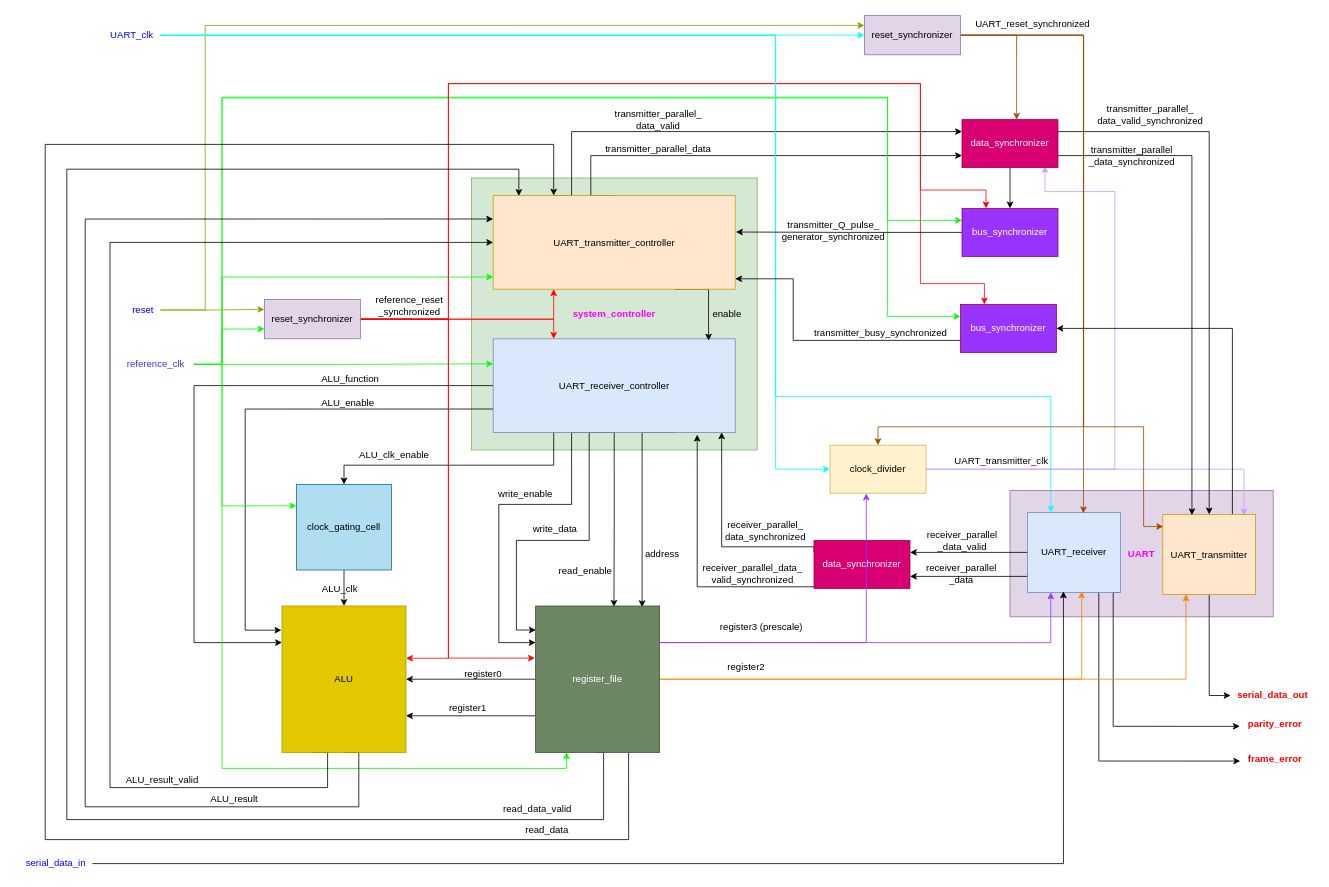
This is page "PrUcess" (1 of 12) of system_design/Design.drawio from mostafa-elgendy22/PrUcess, a draw.io file, before an edit. Source tidied: cells renumbered, new cells numbered last; positions are measured from the earlier drawing's top-left corner, leaving out a move shared by most shapes. Both pictures are drawn from the tidied source at 80%, with x=0, y=0 at pixel (18, 14).
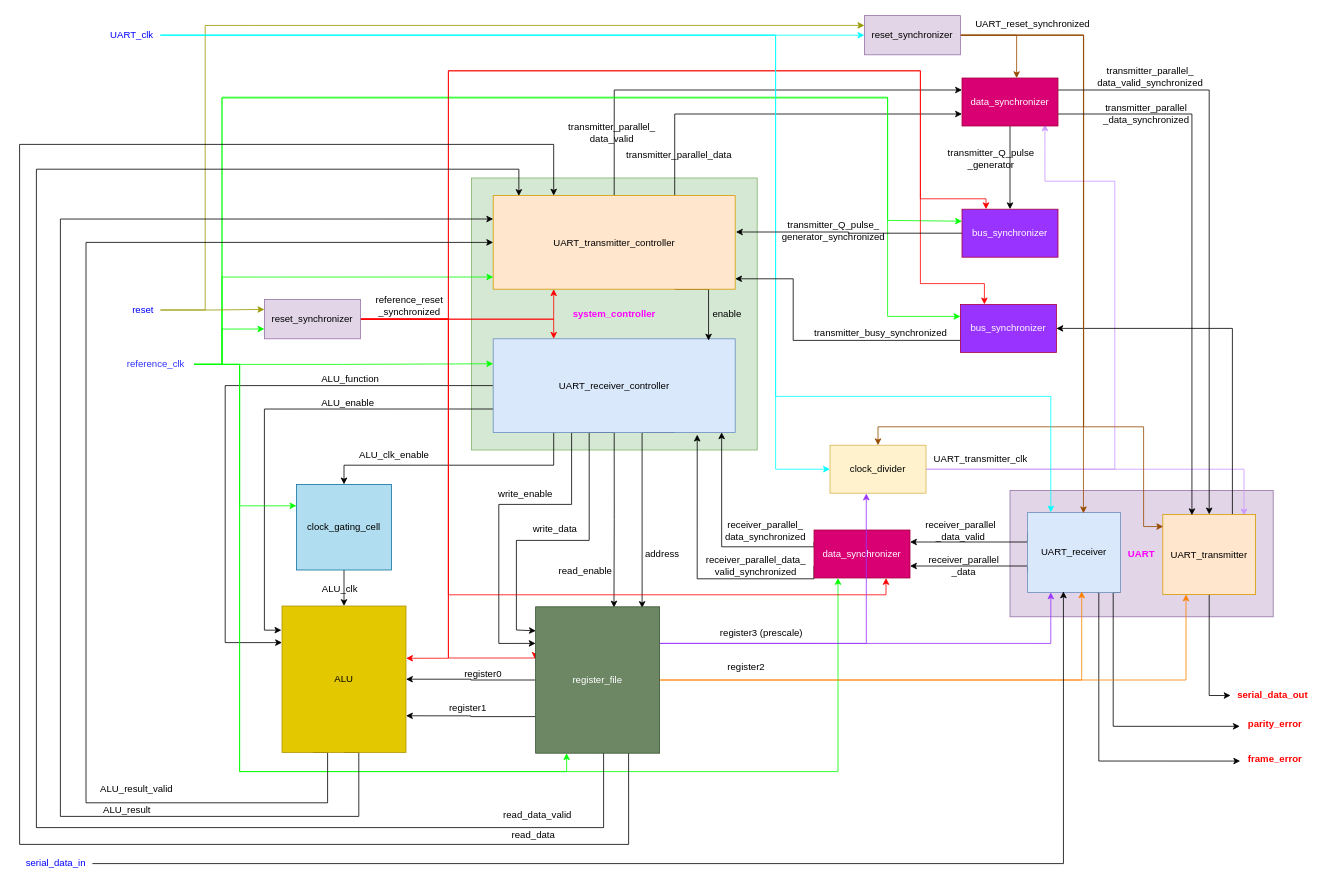
The same diagram, later.

Unchanged cells that the change refers to:
```xml
<mxCell id="7" value="UART_receiver" style="rounded=0;whiteSpace=wrap;html=1;fontSize=12;fillColor=#dae8fc;strokeColor=#6c8ebf;" parent="1" vertex="1">
  <mxGeometry x="1262" y="623" width="116" height="100" as="geometry" />
</mxCell>
<mxCell id="16" value="UART_receiver_controller" style="rounded=0;whiteSpace=wrap;html=1;fontSize=12;fillColor=#dae8fc;strokeColor=#6c8ebf;" parent="1" vertex="1">
  <mxGeometry x="594" y="406" width="302.5" height="117" as="geometry" />
</mxCell>
<mxCell id="20" value="UART_transmitter_controller" style="rounded=0;whiteSpace=wrap;html=1;fontSize=12;fillColor=#ffe6cc;strokeColor=#d79b00;" parent="1" vertex="1">
  <mxGeometry x="594" y="227" width="302.5" height="117" as="geometry" />
</mxCell>
<mxCell id="28" value="&lt;font color=&quot;#3333ff&quot;&gt;reference_clk&lt;/font&gt;" style="text;html=1;strokeColor=none;fillColor=none;align=center;verticalAlign=middle;whiteSpace=wrap;rounded=0;fontSize=12;fontColor=#000000;" parent="1" vertex="1">
  <mxGeometry x="125" y="423" width="95" height="30" as="geometry" />
</mxCell>
<mxCell id="35" value="&lt;font color=&quot;#000000&quot;&gt;reset_synchronizer&lt;/font&gt;" style="rounded=0;whiteSpace=wrap;html=1;fontSize=12;fillColor=#e1d5e7;strokeColor=#9673a6;" parent="1" vertex="1">
  <mxGeometry x="308" y="357" width="120" height="49" as="geometry" />
</mxCell>
<mxCell id="47" value="ALU" style="rounded=0;whiteSpace=wrap;html=1;fontSize=12;fontColor=#000000;fillColor=#e3c800;strokeColor=#B09500;" parent="1" vertex="1">
  <mxGeometry x="330" y="740" width="155" height="183" as="geometry" />
</mxCell>
<mxCell id="49" value="clock_gating_cell" style="rounded=0;whiteSpace=wrap;html=1;fontSize=12;fillColor=#b1ddf0;strokeColor=#10739e;" parent="1" vertex="1">
  <mxGeometry x="348" y="588" width="119" height="107" as="geometry" />
</mxCell>
<mxCell id="63" value="clock_divider" style="rounded=0;whiteSpace=wrap;html=1;fontSize=12;fillColor=#fff2cc;strokeColor=#d6b656;" parent="1" vertex="1">
  <mxGeometry x="1015" y="539" width="120" height="60" as="geometry" />
</mxCell>
<mxCell id="100" value="bus_synchronizer" style="rounded=0;whiteSpace=wrap;html=1;fontSize=12;fontColor=#ffffff;fillColor=#9933FF;strokeColor=#A50040;" parent="1" vertex="1">
  <mxGeometry x="1178" y="363" width="120" height="60" as="geometry" />
</mxCell>
```

What changed in the source:
```diff
@@
-    <mxCell id="3" style="edgeStyle=orthogonalEdgeStyle;rounded=0;jettySize=auto;html=1;exitX=0;exitY=0.5;exitDx=0;exitDy=0;entryX=1;entryY=0.25;entryDx=0;entryDy=0;strokeColor=#000000;fontSize=12;fontColor=#000000;endArrow=classic;endFill=1;" parent="1" edge="1" source="7" target="41">
-      <mxGeometry relative="1" as="geometry" />
-    </mxCell>
-    <mxCell id="4" style="edgeStyle=orthogonalEdgeStyle;rounded=0;jettySize=auto;html=1;exitX=0;exitY=0.75;exitDx=0;exitDy=0;entryX=1;entryY=0.75;entryDx=0;entryDy=0;strokeColor=#000000;fontSize=12;fontColor=#000000;endArrow=classic;endFill=1;" parent="1" edge="1" source="7" target="41">
-      <mxGeometry relative="1" as="geometry">
-        <Array as="points">
-          <mxPoint x="1262" y="703" />
-        </Array>
-      </mxGeometry>
-    </mxCell>
@@
+    <mxCell id="114" style="edgeStyle=orthogonalEdgeStyle;rounded=0;jettySize=auto;html=1;exitX=0;exitY=0.25;exitDx=0;exitDy=0;entryX=1;entryY=0.25;entryDx=0;entryDy=0;strokeColor=#000000;" parent="1" edge="1" source="7" target="41">
+      <mxGeometry relative="1" as="geometry">
+        <Array as="points">
+          <mxPoint x="1262" y="660" />
+        </Array>
+      </mxGeometry>
+    </mxCell>
+    <mxCell id="115" style="edgeStyle=orthogonalEdgeStyle;rounded=0;jettySize=auto;html=1;exitX=0;exitY=0.75;exitDx=0;exitDy=0;entryX=1;entryY=0.75;entryDx=0;entryDy=0;strokeColor=#000000;" parent="1" edge="1" source="7" target="41">
+      <mxGeometry relative="1" as="geometry">
+        <Array as="points">
+          <mxPoint x="1262" y="690" />
+        </Array>
+      </mxGeometry>
+    </mxCell>
@@
     <mxCell id="10" style="edgeStyle=orthogonalEdgeStyle;rounded=0;jettySize=auto;html=1;exitX=0;exitY=0.5;exitDx=0;exitDy=0;entryX=0;entryY=0.25;entryDx=0;entryDy=0;strokeColor=#000000;fontSize=12;fontColor=#000000;endArrow=classic;endFill=1;" parent="1" edge="1" source="16" target="47">
       <mxGeometry relative="1" as="geometry">
         <Array as="points">
-          <mxPoint x="220" y="465" />
-          <mxPoint x="220" y="786" />
+          <mxPoint x="259" y="464" />
+          <mxPoint x="259" y="786" />
         </Array>
       </mxGeometry>
     </mxCell>
     <mxCell id="11" style="edgeStyle=orthogonalEdgeStyle;rounded=0;jettySize=auto;html=1;exitX=0;exitY=0.75;exitDx=0;exitDy=0;entryX=-0.005;entryY=0.165;entryDx=0;entryDy=0;entryPerimeter=0;strokeColor=#000000;fontSize=12;fontColor=#000000;endArrow=classic;endFill=1;" parent="1" edge="1" source="16" target="47">
       <mxGeometry relative="1" as="geometry">
         <Array as="points">
-          <mxPoint x="284" y="494" />
-          <mxPoint x="284" y="770" />
+          <mxPoint x="308" y="494" />
+          <mxPoint x="308" y="770" />
         </Array>
       </mxGeometry>
     </mxCell>
@@
-    <mxCell id="17" style="edgeStyle=orthogonalEdgeStyle;rounded=0;jettySize=auto;html=1;exitX=0.25;exitY=0;exitDx=0;exitDy=0;entryX=0;entryY=0.25;entryDx=0;entryDy=0;strokeColor=#000000;fontSize=12;fontColor=#000000;endArrow=classic;endFill=1;" parent="1" edge="1" source="20" target="83">
-      <mxGeometry relative="1" as="geometry">
-        <Array as="points">
-          <mxPoint x="692" y="227" />
-          <mxPoint x="692" y="147" />
-        </Array>
-      </mxGeometry>
-    </mxCell>
-    <mxCell id="18" style="edgeStyle=orthogonalEdgeStyle;rounded=0;jettySize=auto;html=1;exitX=0.5;exitY=0;exitDx=0;exitDy=0;entryX=0;entryY=0.75;entryDx=0;entryDy=0;strokeColor=#000000;fontSize=12;fontColor=#000000;endArrow=classic;endFill=1;" parent="1" edge="1" source="20" target="83">
-      <mxGeometry relative="1" as="geometry">
-        <Array as="points">
-          <mxPoint x="716" y="227" />
-          <mxPoint x="716" y="177" />
-        </Array>
-      </mxGeometry>
-    </mxCell>
@@
+    <mxCell id="116" style="edgeStyle=orthogonalEdgeStyle;rounded=0;jettySize=auto;html=1;exitX=0.5;exitY=0;exitDx=0;exitDy=0;entryX=0;entryY=0.25;entryDx=0;entryDy=0;strokeColor=#000000;" parent="1" edge="1" source="20" target="83">
+      <mxGeometry relative="1" as="geometry" />
+    </mxCell>
+    <mxCell id="117" style="edgeStyle=orthogonalEdgeStyle;rounded=0;jettySize=auto;html=1;exitX=0.75;exitY=0;exitDx=0;exitDy=0;entryX=0;entryY=0.75;entryDx=0;entryDy=0;strokeColor=#000000;" parent="1" edge="1" source="20" target="83">
+      <mxGeometry relative="1" as="geometry" />
+    </mxCell>
@@
     <mxCell id="23" style="edgeStyle=orthogonalEdgeStyle;rounded=0;jettySize=auto;html=1;entryX=0;entryY=0.25;entryDx=0;entryDy=0;strokeColor=#00FF00;fontSize=12;fontColor=#000000;endArrow=classic;endFill=1;" parent="1" edge="1" source="28" target="49">
       <mxGeometry relative="1" as="geometry">
         <Array as="points">
-          <mxPoint x="255" y="438" />
-          <mxPoint x="255" y="615" />
+          <mxPoint x="277" y="438" />
+          <mxPoint x="277" y="615" />
         </Array>
       </mxGeometry>
     </mxCell>
@@
     <mxCell id="25" style="edgeStyle=orthogonalEdgeStyle;rounded=0;jettySize=auto;html=1;exitX=1;exitY=0.5;exitDx=0;exitDy=0;entryX=0.25;entryY=1;entryDx=0;entryDy=0;strokeColor=#00FF00;fontSize=12;fontColor=#000000;endArrow=classic;endFill=1;" parent="1" edge="1" source="28" target="58">
       <mxGeometry relative="1" as="geometry">
         <Array as="points">
-          <mxPoint x="255" y="438" />
-          <mxPoint x="255" y="943" />
-          <mxPoint x="686" y="943" />
+          <mxPoint x="277" y="438" />
+          <mxPoint x="277" y="947" />
+          <mxPoint x="686" y="947" />
         </Array>
       </mxGeometry>
     </mxCell>
@@
+    <mxCell id="118" style="edgeStyle=orthogonalEdgeStyle;rounded=0;jettySize=auto;html=1;exitX=1;exitY=0.5;exitDx=0;exitDy=0;entryX=0.25;entryY=1;entryDx=0;entryDy=0;strokeColor=#00FF00;" parent="1" edge="1" source="28" target="41">
+      <mxGeometry relative="1" as="geometry">
+        <Array as="points">
+          <mxPoint x="277" y="438" />
+          <mxPoint x="277" y="947" />
+          <mxPoint x="1025" y="947" />
+        </Array>
+      </mxGeometry>
+    </mxCell>
@@
     <mxCell id="33" style="edgeStyle=orthogonalEdgeStyle;rounded=0;jettySize=auto;html=1;exitX=1;exitY=0.5;exitDx=0;exitDy=0;entryX=0.25;entryY=0;entryDx=0;entryDy=0;strokeColor=#FF0000;fontSize=12;fontColor=#000000;endArrow=classic;endFill=1;" parent="1" edge="1" source="35" target="98">
       <mxGeometry relative="1" as="geometry">
         <Array as="points">
-          <mxPoint x="538" y="382" />
-          <mxPoint x="538" y="87" />
-          <mxPoint x="1128" y="87" />
-          <mxPoint x="1128" y="220" />
-          <mxPoint x="1210" y="220" />
+          <mxPoint x="538" y="381" />
+          <mxPoint x="538" y="71" />
+          <mxPoint x="1128" y="71" />
+          <mxPoint x="1128" y="231" />
+          <mxPoint x="1210" y="231" />
         </Array>
       </mxGeometry>
     </mxCell>
     <mxCell id="34" style="edgeStyle=orthogonalEdgeStyle;rounded=0;jettySize=auto;html=1;exitX=1;exitY=0.5;exitDx=0;exitDy=0;entryX=0.25;entryY=0;entryDx=0;entryDy=0;strokeColor=#FF0000;fontSize=12;fontColor=#000000;endArrow=classic;endFill=1;" parent="1" edge="1" source="35" target="100">
       <mxGeometry relative="1" as="geometry">
         <Array as="points">
-          <mxPoint x="538" y="382" />
-          <mxPoint x="538" y="87" />
-          <mxPoint x="1128" y="87" />
+          <mxPoint x="538" y="381" />
+          <mxPoint x="538" y="71" />
+          <mxPoint x="1128" y="71" />
           <mxPoint x="1128" y="337" />
           <mxPoint x="1208" y="337" />
         </Array>
       </mxGeometry>
     </mxCell>
+    <mxCell id="119" style="edgeStyle=orthogonalEdgeStyle;rounded=0;jettySize=auto;html=1;exitX=1;exitY=0.5;exitDx=0;exitDy=0;entryX=0.75;entryY=1;entryDx=0;entryDy=0;strokeColor=#FF0000;" parent="1" edge="1" source="35" target="41">
+      <mxGeometry relative="1" as="geometry">
+        <Array as="points">
+          <mxPoint x="538" y="382" />
+          <mxPoint x="538" y="726" />
+          <mxPoint x="1085" y="726" />
+        </Array>
+      </mxGeometry>
+    </mxCell>
@@
     <mxCell id="40" style="edgeStyle=orthogonalEdgeStyle;rounded=0;jettySize=auto;html=1;exitX=0;exitY=0.75;exitDx=0;exitDy=0;entryX=0.843;entryY=1.024;entryDx=0;entryDy=0;entryPerimeter=0;strokeColor=#000000;fontSize=12;fontColor=#000000;endArrow=classic;endFill=1;" parent="1" edge="1" source="41" target="16">
       <mxGeometry relative="1" as="geometry">
         <Array as="points">
-          <mxPoint x="1024" y="716" />
-          <mxPoint x="849" y="716" />
+          <mxPoint x="995" y="706" />
+          <mxPoint x="849" y="706" />
         </Array>
       </mxGeometry>
     </mxCell>
     <mxCell id="41" value="data_synchronizer" style="rounded=0;whiteSpace=wrap;html=1;fontSize=12;fontColor=#ffffff;fillColor=#d80073;strokeColor=#A50040;" parent="1" vertex="1">
-      <mxGeometry x="995" y="658" width="120" height="60" as="geometry" />
+      <mxGeometry x="995" y="645" width="120" height="60" as="geometry" />
     </mxCell>
     <mxCell id="42" value="receiver_parallel&lt;br&gt;_data_valid" style="text;html=1;align=center;verticalAlign=middle;strokeColor=none;fillColor=none;fontSize=12;fontColor=#000000;" parent="1" vertex="1">
-      <mxGeometry x="1127" y="638" width="106" height="41" as="geometry" />
+      <mxGeometry x="1125" y="625.5" width="106" height="41" as="geometry" />
     </mxCell>
@@
     <mxCell id="44" value="receiver_parallel_data_&lt;br&gt;valid_synchronized" style="text;html=1;align=center;verticalAlign=middle;strokeColor=none;fillColor=none;fontSize=12;fontColor=#000000;" parent="1" vertex="1">
-      <mxGeometry x="846" y="679" width="143" height="41" as="geometry" />
+      <mxGeometry x="850.5" y="669" width="143" height="41" as="geometry" />
     </mxCell>
     <mxCell id="45" style="edgeStyle=orthogonalEdgeStyle;rounded=0;jettySize=auto;html=1;exitX=0.25;exitY=1;exitDx=0;exitDy=0;entryX=0;entryY=0.5;entryDx=0;entryDy=0;strokeColor=#000000;fontSize=12;fontColor=#000000;endArrow=classic;endFill=1;" parent="1" edge="1" source="47" target="20">
       <mxGeometry relative="1" as="geometry">
         <Array as="points">
           <mxPoint x="387" y="923" />
-          <mxPoint x="387" y="967" />
-          <mxPoint x="115" y="967" />
-          <mxPoint x="115" y="285" />
+          <mxPoint x="387" y="986" />
+          <mxPoint x="85" y="986" />
+          <mxPoint x="85" y="286" />
         </Array>
       </mxGeometry>
     </mxCell>
     <mxCell id="46" style="edgeStyle=orthogonalEdgeStyle;rounded=0;jettySize=auto;html=1;exitX=0.5;exitY=1;exitDx=0;exitDy=0;entryX=0;entryY=0.25;entryDx=0;entryDy=0;strokeColor=#000000;fontSize=12;fontColor=#000000;endArrow=classic;endFill=1;" parent="1" edge="1" source="47" target="20">
       <mxGeometry relative="1" as="geometry">
         <Array as="points">
           <mxPoint x="426" y="923" />
-          <mxPoint x="426" y="991" />
-          <mxPoint x="84" y="991" />
-          <mxPoint x="84" y="256" />
+          <mxPoint x="426" y="1003" />
+          <mxPoint x="53" y="1003" />
+          <mxPoint x="53" y="256" />
         </Array>
       </mxGeometry>
     </mxCell>
@@
     <mxCell id="52" style="edgeStyle=orthogonalEdgeStyle;rounded=0;jettySize=auto;html=1;exitX=0.5;exitY=1;exitDx=0;exitDy=0;entryX=0.106;entryY=0.004;entryDx=0;entryDy=0;entryPerimeter=0;strokeColor=#000000;fontSize=12;fontColor=#000000;endArrow=classic;endFill=1;" parent="1" edge="1" source="58" target="20">
       <mxGeometry relative="1" as="geometry">
         <Array as="points">
           <mxPoint x="732" y="923" />
-          <mxPoint x="732" y="1007" />
-          <mxPoint x="61" y="1007" />
-          <mxPoint x="61" y="194" />
+          <mxPoint x="732" y="1017" />
+          <mxPoint x="23" y="1017" />
+          <mxPoint x="23" y="194" />
           <mxPoint x="626" y="194" />
         </Array>
       </mxGeometry>
     </mxCell>
     <mxCell id="53" style="edgeStyle=orthogonalEdgeStyle;rounded=0;jettySize=auto;html=1;exitX=0.75;exitY=1;exitDx=0;exitDy=0;entryX=0.25;entryY=0;entryDx=0;entryDy=0;strokeColor=#000000;fontSize=12;fontColor=#000000;endArrow=classic;endFill=1;" parent="1" edge="1" source="58" target="20">
       <mxGeometry relative="1" as="geometry">
         <Array as="points">
-          <mxPoint x="763" y="1032" />
-          <mxPoint x="34" y="1032" />
-          <mxPoint x="34" y="163" />
+          <mxPoint x="763" y="1038" />
+          <mxPoint x="2" y="1038" />
+          <mxPoint x="2" y="163" />
           <mxPoint x="670" y="163" />
         </Array>
       </mxGeometry>
     </mxCell>
@@
     <mxCell id="58" value="register_file" style="rounded=0;whiteSpace=wrap;html=1;fontSize=12;fontColor=#ffffff;fillColor=#6d8764;strokeColor=#3A5431;" parent="1" vertex="1">
-      <mxGeometry x="647" y="740" width="155" height="183" as="geometry" />
+      <mxGeometry x="647" y="741" width="155" height="183" as="geometry" />
     </mxCell>
@@
     <mxCell id="61" style="edgeStyle=orthogonalEdgeStyle;rounded=0;jettySize=auto;html=1;exitX=1;exitY=0.5;exitDx=0;exitDy=0;entryX=0.864;entryY=0.965;entryDx=0;entryDy=0;entryPerimeter=0;strokeColor=#CC99FF;fontSize=12;fontColor=#0000FF;endArrow=classic;endFill=1;" parent="1" edge="1" source="63" target="83">
       <mxGeometry relative="1" as="geometry">
         <Array as="points">
           <mxPoint x="1371" y="569" />
-          <mxPoint x="1371" y="222" />
-          <mxPoint x="1284" y="222" />
+          <mxPoint x="1371" y="209" />
+          <mxPoint x="1284" y="209" />
         </Array>
       </mxGeometry>
     </mxCell>
@@
     <mxCell id="73" value="register3 (prescale)" style="text;html=1;align=center;verticalAlign=middle;strokeColor=none;fillColor=none;fontSize=12;fontColor=#000000;" parent="1" vertex="1">
-      <mxGeometry x="868" y="753.5" width="121" height="26" as="geometry" />
+      <mxGeometry x="868" y="760.5" width="121" height="26" as="geometry" />
     </mxCell>
@@
     <mxCell id="79" value="UART_transmitter_clk" style="text;html=1;align=center;verticalAlign=middle;strokeColor=none;fillColor=none;fontSize=12;fontColor=#000000;" parent="1" vertex="1">
-      <mxGeometry x="1161" y="546" width="135" height="26" as="geometry" />
+      <mxGeometry x="1135" y="543" width="135" height="26" as="geometry" />
     </mxCell>
@@
     <mxCell id="83" value="data_synchronizer" style="rounded=0;whiteSpace=wrap;html=1;fontSize=12;fontColor=#ffffff;fillColor=#d80073;strokeColor=#A50040;" parent="1" vertex="1">
-      <mxGeometry x="1180" y="132" width="120" height="60" as="geometry" />
+      <mxGeometry x="1180" y="80" width="120" height="60" as="geometry" />
     </mxCell>
     <mxCell id="84" value="ALU_result_valid" style="text;html=1;align=center;verticalAlign=middle;strokeColor=none;fillColor=none;fontSize=12;fontColor=#000000;" parent="1" vertex="1">
-      <mxGeometry x="125" y="945" width="109" height="26" as="geometry" />
+      <mxGeometry x="93" y="956" width="109" height="26" as="geometry" />
     </mxCell>
     <mxCell id="85" value="ALU_result" style="text;html=1;align=center;verticalAlign=middle;strokeColor=none;fillColor=none;fontSize=12;fontColor=#000000;" parent="1" vertex="1">
-      <mxGeometry x="231" y="968" width="77" height="26" as="geometry" />
+      <mxGeometry x="97" y="982" width="77" height="26" as="geometry" />
     </mxCell>
     <mxCell id="86" value="read_data_valid" style="text;html=1;align=center;verticalAlign=middle;strokeColor=none;fillColor=none;fontSize=12;fontColor=#000000;" parent="1" vertex="1">
-      <mxGeometry x="597" y="981" width="103" height="26" as="geometry" />
+      <mxGeometry x="597" y="988" width="103" height="26" as="geometry" />
     </mxCell>
     <mxCell id="87" value="read_data" style="text;html=1;align=center;verticalAlign=middle;strokeColor=none;fillColor=none;fontSize=12;fontColor=#000000;" parent="1" vertex="1">
-      <mxGeometry x="625" y="1007" width="72" height="26" as="geometry" />
+      <mxGeometry x="608" y="1014" width="72" height="26" as="geometry" />
     </mxCell>
@@
     <mxCell id="92" value="transmitter_parallel_&lt;br&gt;data_valid" style="text;html=1;align=center;verticalAlign=middle;strokeColor=none;fillColor=none;fontSize=12;fontColor=#000000;" parent="1" vertex="1">
-      <mxGeometry x="736" y="111" width="127" height="41" as="geometry" />
+      <mxGeometry x="678" y="127" width="127" height="41" as="geometry" />
     </mxCell>
     <mxCell id="93" value="transmitter_parallel_&lt;br&gt;data_valid_synchronized" style="text;html=1;align=center;verticalAlign=middle;strokeColor=none;fillColor=none;fontSize=12;fontColor=#000000;" parent="1" vertex="1">
-      <mxGeometry x="1340" y="105" width="150" height="41" as="geometry" />
+      <mxGeometry x="1340" y="57" width="150" height="41" as="geometry" />
     </mxCell>
     <mxCell id="94" value="transmitter_parallel_data" style="text;html=1;align=center;verticalAlign=middle;strokeColor=none;fillColor=none;fontSize=12;fontColor=#000000;" parent="1" vertex="1">
-      <mxGeometry x="724.5" y="156" width="150" height="26" as="geometry" />
+      <mxGeometry x="751" y="163.5" width="150" height="26" as="geometry" />
     </mxCell>
     <mxCell id="95" value="transmitter_parallel&lt;br&gt;_data_synchronized" style="text;html=1;align=center;verticalAlign=middle;strokeColor=none;fillColor=none;fontSize=12;fontColor=#000000;" parent="1" vertex="1">
-      <mxGeometry x="1329" y="156" width="125" height="41" as="geometry" />
+      <mxGeometry x="1347" y="104" width="125" height="41" as="geometry" />
     </mxCell>
     <mxCell id="96" value="receiver_parallel&lt;br&gt;_data" style="text;html=1;align=center;verticalAlign=middle;strokeColor=none;fillColor=none;fontSize=12;fontColor=#000000;" parent="1" vertex="1">
-      <mxGeometry x="1126" y="679" width="106" height="41" as="geometry" />
+      <mxGeometry x="1129" y="669" width="106" height="41" as="geometry" />
     </mxCell>
@@
     <mxCell id="98" value="bus_synchronizer" style="rounded=0;whiteSpace=wrap;html=1;fontSize=12;fontColor=#ffffff;fillColor=#9933FF;strokeColor=#A50040;" parent="1" vertex="1">
-      <mxGeometry x="1180" y="243" width="120" height="60" as="geometry" />
+      <mxGeometry x="1180" y="244" width="120" height="60" as="geometry" />
     </mxCell>
@@
+    <mxCell id="120" value="transmitter_Q_pulse&lt;br&gt;_generator" style="text;html=1;align=center;verticalAlign=middle;strokeColor=none;fillColor=none;fontSize=12;fontColor=#000000;" parent="1" vertex="1">
+      <mxGeometry x="1153" y="160" width="126" height="41" as="geometry" />
+    </mxCell>
```
